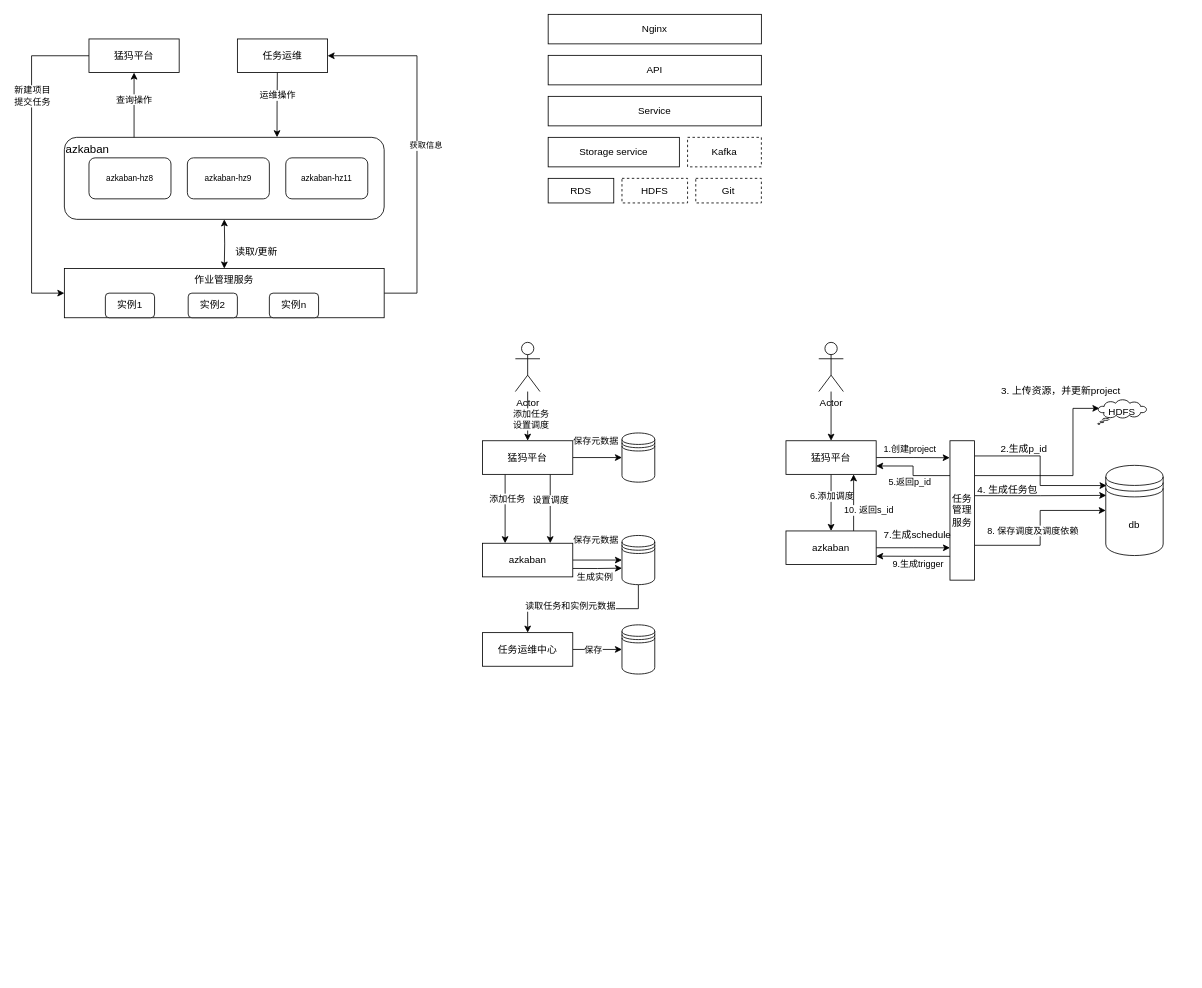
blackberrier/drawiorepo keeps this draw.io diagram as jobmanager.drawio. Above is the earlier version. Source tidied: cells renumbered, new cells numbered last; positions are measured from the earlier drawing's top-left corner, leaving out a move shared by most shapes. Both pictures are drawn from the tidied source at 82%, with x=0, y=0 at pixel (31, 14).
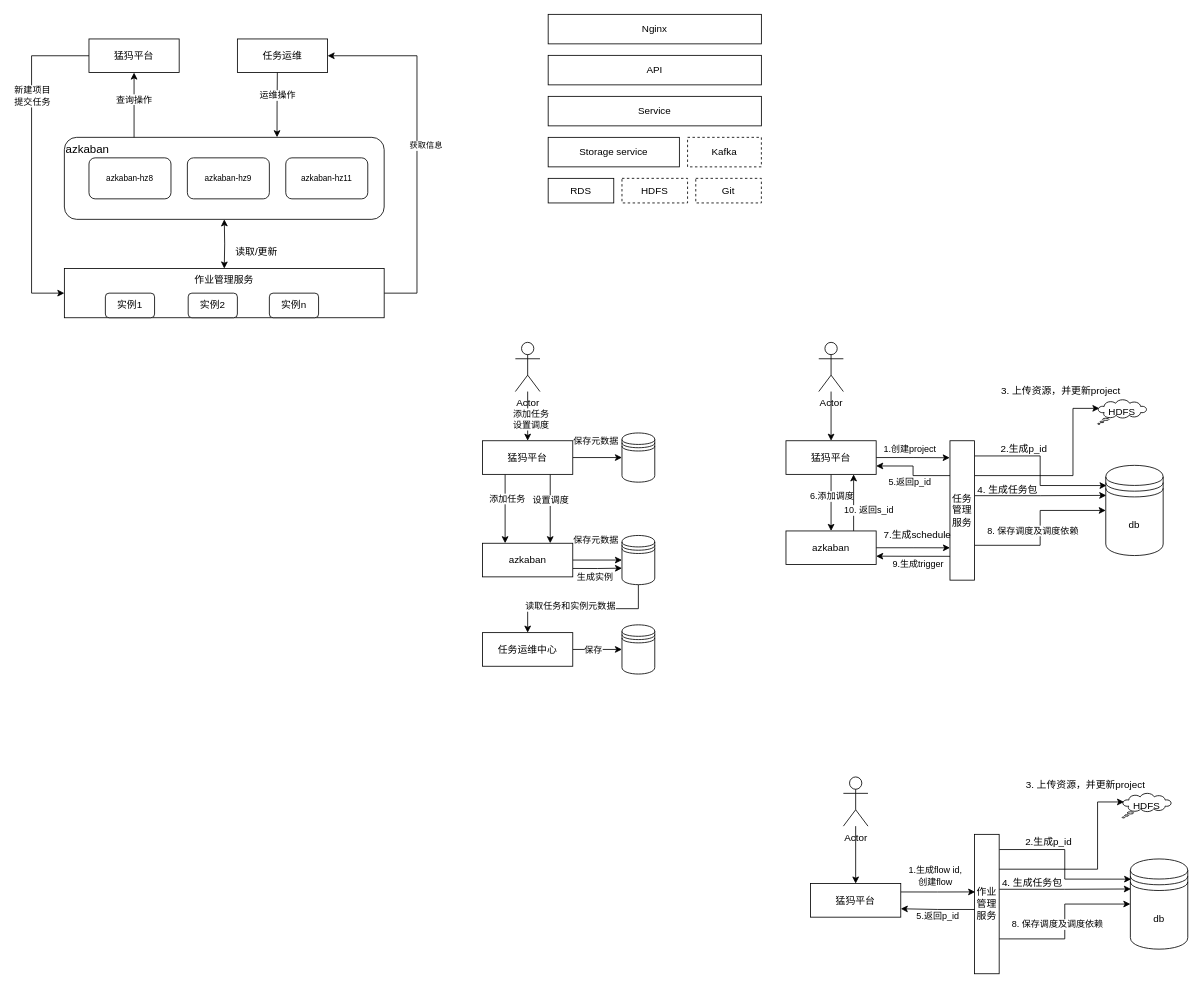
The same page after the edit.

The edit, as a diff of the source:
```diff
@@
+    <mxCell id="80" style="edgeStyle=orthogonalEdgeStyle;rounded=0;jettySize=auto;html=1;exitX=1;exitY=0.25;exitDx=0;exitDy=0;entryX=0.024;entryY=0.413;entryDx=0;entryDy=0;entryPerimeter=0;" parent="1" edge="1" source="82" target="92">
+      <mxGeometry relative="1" as="geometry" />
+    </mxCell>
+    <mxCell id="81" value="1.生成flow id,&lt;br&gt;创建flow" style="edgeLabel;html=1;align=center;verticalAlign=middle;" parent="80" vertex="1">
+      <mxGeometry x="-0.25" y="1" relative="1" as="geometry">
+        <mxPoint x="7" y="-19" as="offset" />
+      </mxGeometry>
+    </mxCell>
+    <mxCell id="82" value="猛犸平台" style="rounded=0;whiteSpace=wrap;html=1;" parent="1" vertex="1">
+      <mxGeometry x="950" y="1060" width="110" height="41" as="geometry" />
+    </mxCell>
+    <mxCell id="83" style="edgeStyle=orthogonalEdgeStyle;rounded=0;jettySize=auto;html=1;" parent="1" edge="1" source="84" target="82">
+      <mxGeometry relative="1" as="geometry" />
+    </mxCell>
+    <mxCell id="84" value="Actor" style="shape=umlActor;verticalLabelPosition=bottom;verticalAlign=top;html=1;" parent="1" vertex="1">
+      <mxGeometry x="990" y="930" width="30" height="60" as="geometry" />
+    </mxCell>
+    <mxCell id="85" style="edgeStyle=orthogonalEdgeStyle;rounded=0;jettySize=auto;html=1;exitX=1.007;exitY=0.109;exitDx=0;exitDy=0;entryX=0.014;entryY=0.224;entryDx=0;entryDy=0;exitPerimeter=0;entryPerimeter=0;" parent="1" edge="1" source="92" target="93">
+      <mxGeometry relative="1" as="geometry" />
+    </mxCell>
+    <mxCell id="86" style="edgeStyle=orthogonalEdgeStyle;rounded=0;jettySize=auto;html=1;exitX=1;exitY=0.25;exitDx=0;exitDy=0;entryX=0.038;entryY=0.35;entryDx=0;entryDy=0;entryPerimeter=0;" parent="1" edge="1" source="92" target="95">
+      <mxGeometry relative="1" as="geometry">
+        <Array as="points">
+          <mxPoint x="1300" y="1043" />
+          <mxPoint x="1300" y="961" />
+        </Array>
+      </mxGeometry>
+    </mxCell>
+    <mxCell id="87" style="edgeStyle=orthogonalEdgeStyle;rounded=0;jettySize=auto;html=1;entryX=0.009;entryY=0.333;entryDx=0;entryDy=0;exitX=1.007;exitY=0.394;exitDx=0;exitDy=0;exitPerimeter=0;entryPerimeter=0;" parent="1" edge="1" source="92" target="93">
+      <mxGeometry relative="1" as="geometry" />
+    </mxCell>
+    <mxCell id="88" style="edgeStyle=orthogonalEdgeStyle;rounded=0;jettySize=auto;html=1;entryX=1;entryY=0.75;entryDx=0;entryDy=0;exitX=0.047;exitY=0.539;exitDx=0;exitDy=0;exitPerimeter=0;" parent="1" edge="1" source="92" target="82">
+      <mxGeometry relative="1" as="geometry" />
+    </mxCell>
+    <mxCell id="89" value="5.返回p_id" style="edgeLabel;html=1;align=center;verticalAlign=middle;" parent="88" vertex="1">
+      <mxGeometry x="-0.31" relative="1" as="geometry">
+        <mxPoint x="-15" y="8" as="offset" />
+      </mxGeometry>
+    </mxCell>
+    <mxCell id="90" style="edgeStyle=orthogonalEdgeStyle;rounded=0;jettySize=auto;html=1;exitX=1;exitY=0.75;exitDx=0;exitDy=0;entryX=0;entryY=0.5;entryDx=0;entryDy=0;" parent="1" edge="1" source="92" target="93">
+      <mxGeometry relative="1" as="geometry" />
+    </mxCell>
+    <mxCell id="91" value="8. 保存调度及调度依赖" style="edgeLabel;html=1;align=center;verticalAlign=middle;" parent="90" vertex="1">
+      <mxGeometry x="-0.45" y="1" relative="1" as="geometry">
+        <mxPoint x="14" y="-17" as="offset" />
+      </mxGeometry>
+    </mxCell>
+    <mxCell id="92" value="作业管理服务" style="rounded=0;whiteSpace=wrap;html=1;horizontal=1;" parent="1" vertex="1">
+      <mxGeometry x="1150" y="1000" width="30" height="170" as="geometry" />
+    </mxCell>
+    <mxCell id="93" value="db" style="shape=datastore;whiteSpace=wrap;html=1;" parent="1" vertex="1">
+      <mxGeometry x="1340" y="1030" width="70" height="110" as="geometry" />
+    </mxCell>
+    <mxCell id="94" value="2.生成p_id" style="text;html=1;align=center;verticalAlign=middle;strokeColor=none;fillColor=none;" parent="1" vertex="1">
+      <mxGeometry x="1205" y="1000" width="70" height="20" as="geometry" />
+    </mxCell>
+    <mxCell id="95" value="HDFS" style="whiteSpace=wrap;html=1;shape=mxgraph.basic.cloud_callout;" parent="1" vertex="1">
+      <mxGeometry x="1330" y="950" width="60" height="30" as="geometry" />
+    </mxCell>
+    <mxCell id="96" value="3. 上传资源，并更新project" style="text;html=1;align=center;verticalAlign=middle;strokeColor=none;fillColor=none;" parent="1" vertex="1">
+      <mxGeometry x="1205" y="930" width="160" height="20" as="geometry" />
+    </mxCell>
+    <mxCell id="97" value="4. 生成任务包" style="text;html=1;align=center;verticalAlign=middle;strokeColor=none;fillColor=none;" parent="1" vertex="1">
+      <mxGeometry x="1175" y="1050" width="90" height="20" as="geometry" />
+    </mxCell>
```
